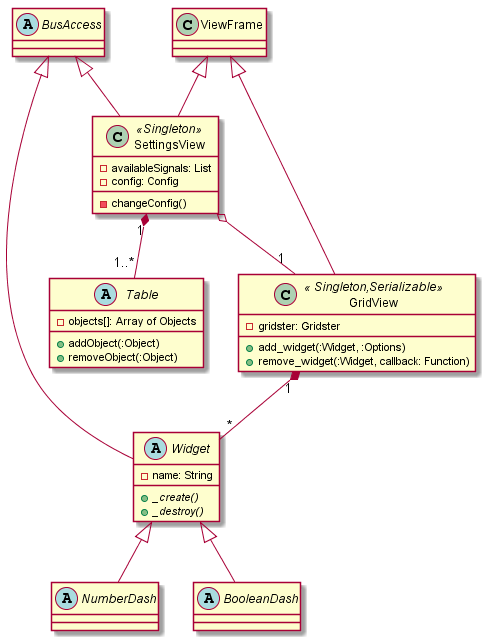
The PlantUML diagram Entwurf/diagrams/UI.png in uzdry/PSE, before a commit.
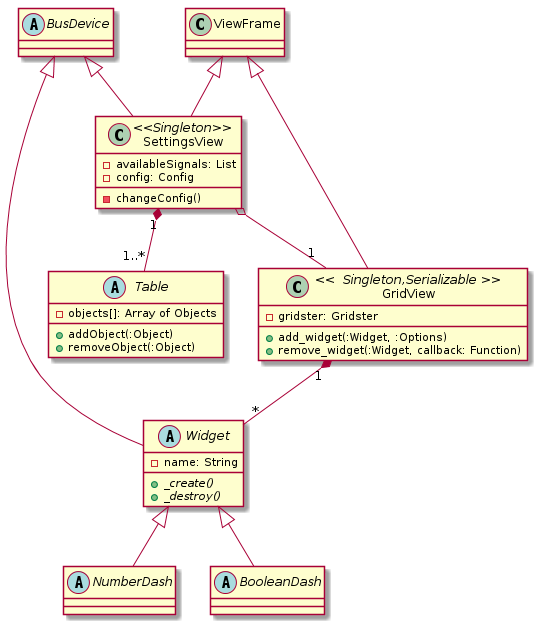
After the commit.

Diff of the diagram source:
```diff
@@ -5,9 +5,9 @@
 
 GridView "1"*--"*" Widget
 
-abstract class BusAccess
+abstract class BusDevice
 
-abstract class Widget extends BusAccess{
+abstract class Widget extends BusDevice{
     -name: String
     +{abstract}_create()
     +{abstract}_destroy()
@@ -29,7 +29,7 @@
 SettingsView "1"*--"1..*" Table
 SettingsView o--"1" GridView
 
-class SettingsView <<Singleton>> extends BusAccess, ViewFrame{
+class SettingsView <<Singleton>> extends BusDevice, ViewFrame{
 	-availableSignals: List
 	-config: Config
 	-changeConfig()
```
